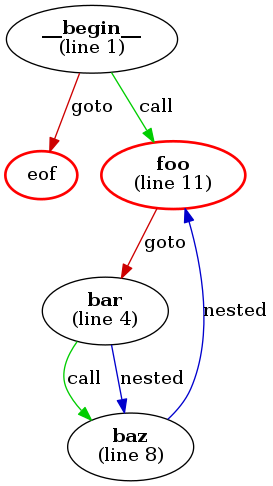
Above: examples/example1-noshowall.png in microsoft/cmd-call-graph (Graphviz), before the change. Its source is kept beside it as examples/example1-noshowall.dot.
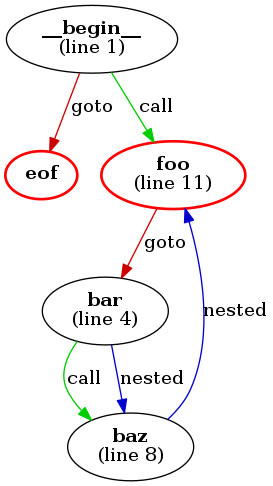
The same diagram one commit later.

Change to the diagram source:
```diff
@@ -1,13 +1,13 @@
 digraph g {
-"__begin__" [label=<<b>__begin__</b><br />(line 1)>]
+"__begin__" [label=<<b>__begin__</b><br/>(line 1)>]
 "__begin__" -> "eof" [label=goto,color=red3]
 "__begin__" -> "foo" [label=call,color=green3]
-"bar" [label=<<b>bar</b><br />(line 4)>]
+"bar" [label=<<b>bar</b><br/>(line 4)>]
 "bar" -> "baz" [label=call,color=green3]
 "bar" -> "baz" [label=nested,color=blue3]
-"baz" [label=<<b>baz</b><br />(line 8)>]
+"baz" [label=<<b>baz</b><br/>(line 8)>]
 "baz" -> "foo" [label=nested,color=blue3]
-"eof" [color=red,penwidth=2]
-"foo" [label=<<b>foo</b><br />(line 11)>,color=red,penwidth=2]
+"eof" [label=<<b>eof</b>>,color=red,penwidth=2]
+"foo" [label=<<b>foo</b><br/>(line 11)>,color=red,penwidth=2]
 "foo" -> "bar" [label=goto,color=red3]
 }
```
